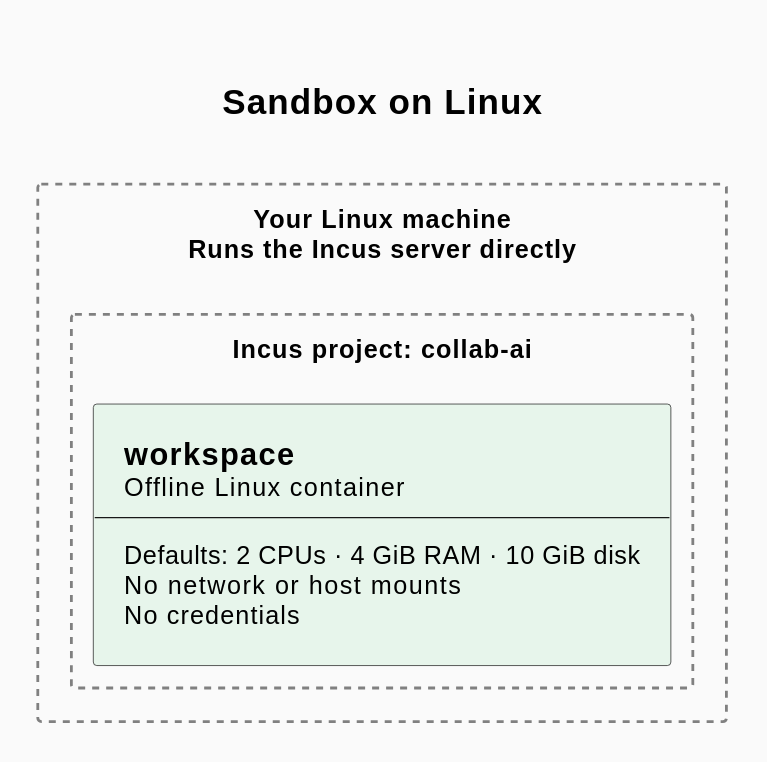
Earlier version of the PlantUML export docs/assets/sandbox-linux.svg (makarski/collab-ai). Its source is kept beside it as docs/assets/sandbox-linux.puml. Source of this version:
```plantuml
@startuml sandbox-linux

title Sandbox on Linux

<style>
title {
    FontSize 25
}
document {
    Margin 20
    BackgroundColor #fafafa
}
rectangle {
    LineStyle 5
    LineColor #grey
    LineThickness 2
}
.Workspace {
    BackgroundColor #e7f5eb
}
</style>

hide stereotype
skinparam {
    backgroundColor #fafafa
    shadowing false
    componentStyle rectangle
    defaultFontSize 18
    padding 12
}

rectangle "Your Linux machine\nRuns the Incus server directly" as Host {
rectangle "Incus project: collab-ai" as Project {
    component Workspace <<Workspace>> [
        =workspace
        Offline Linux container
        --
        Defaults: 2 CPUs · 4 GiB RAM · 10 GiB disk
        No network or host mounts
        No credentials
    ]
}
}

@enduml
```
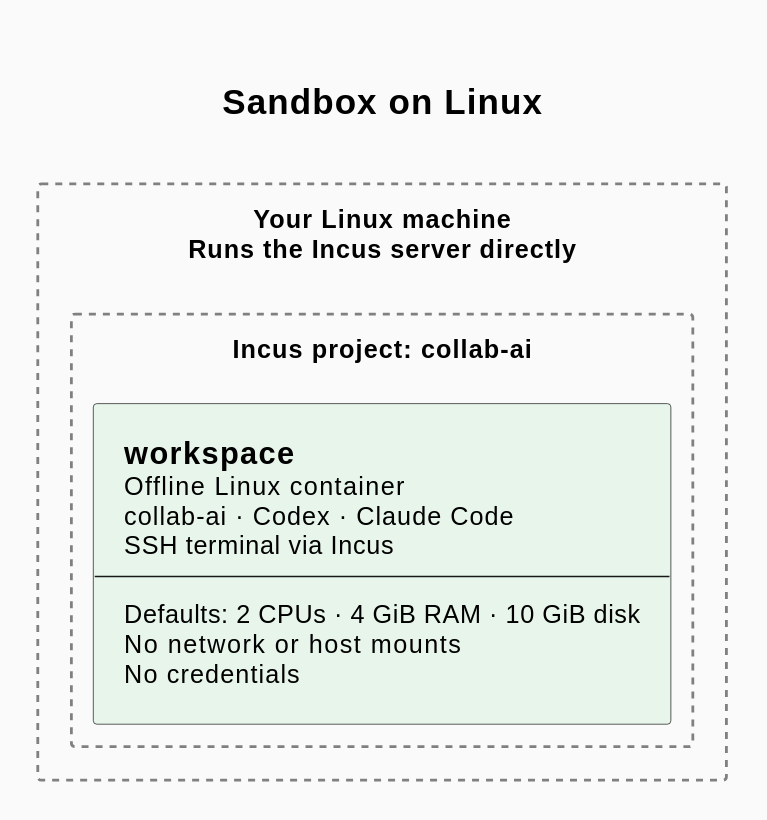
The same diagram one commit later.

Change to the diagram source:
```diff
@@ -34,6 +34,8 @@
     component Workspace <<Workspace>> [
         =workspace
         Offline Linux container
+        collab-ai · Codex · Claude Code
+        SSH terminal via Incus
         --
         Defaults: 2 CPUs · 4 GiB RAM · 10 GiB disk
         No network or host mounts
```
